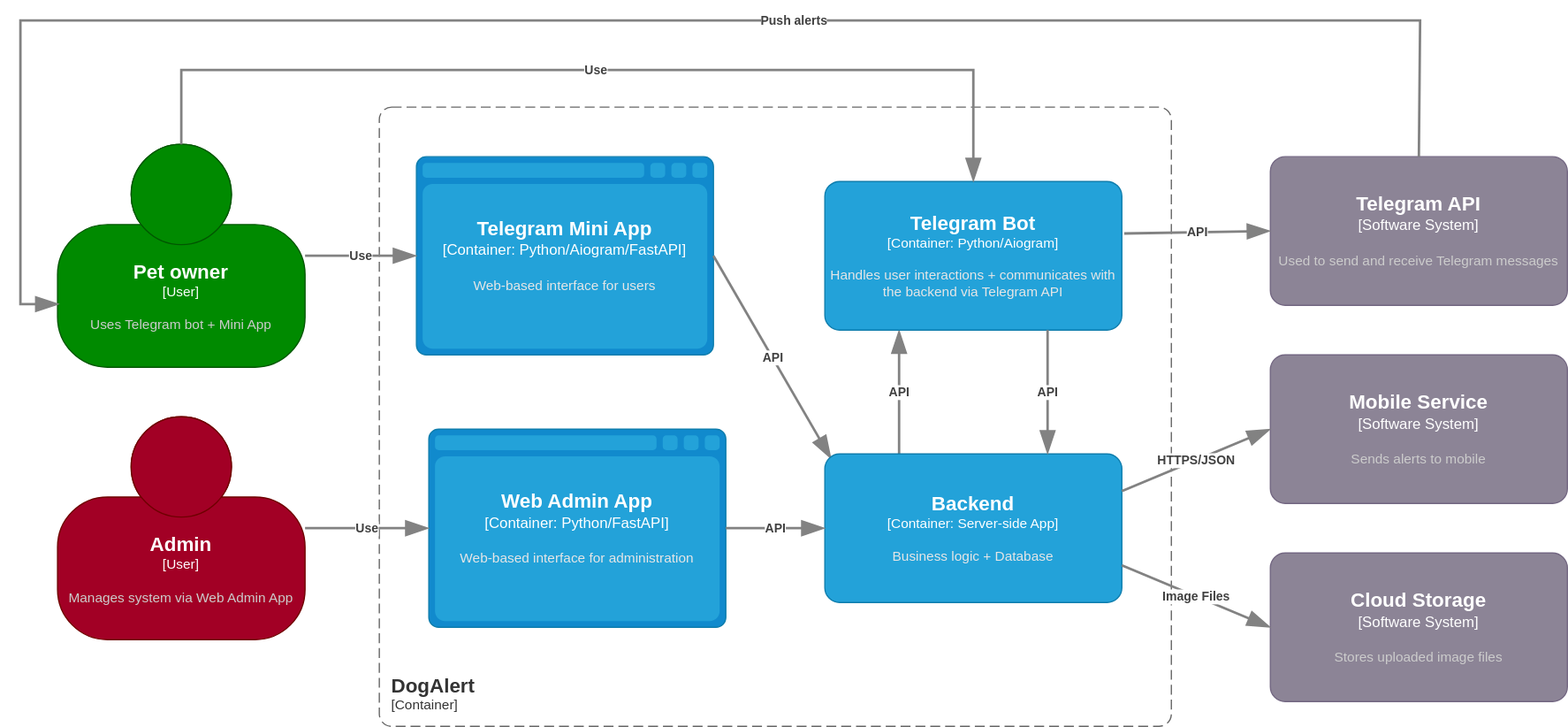
Above: docs/architecture/container_diagram.drawio.svg in artyombn/dogalert (draw.io), before the change. Source tidied: cells renumbered, new cells last; positions are measured from the earlier drawing's top-left corner, leaving out a move shared by most shapes.
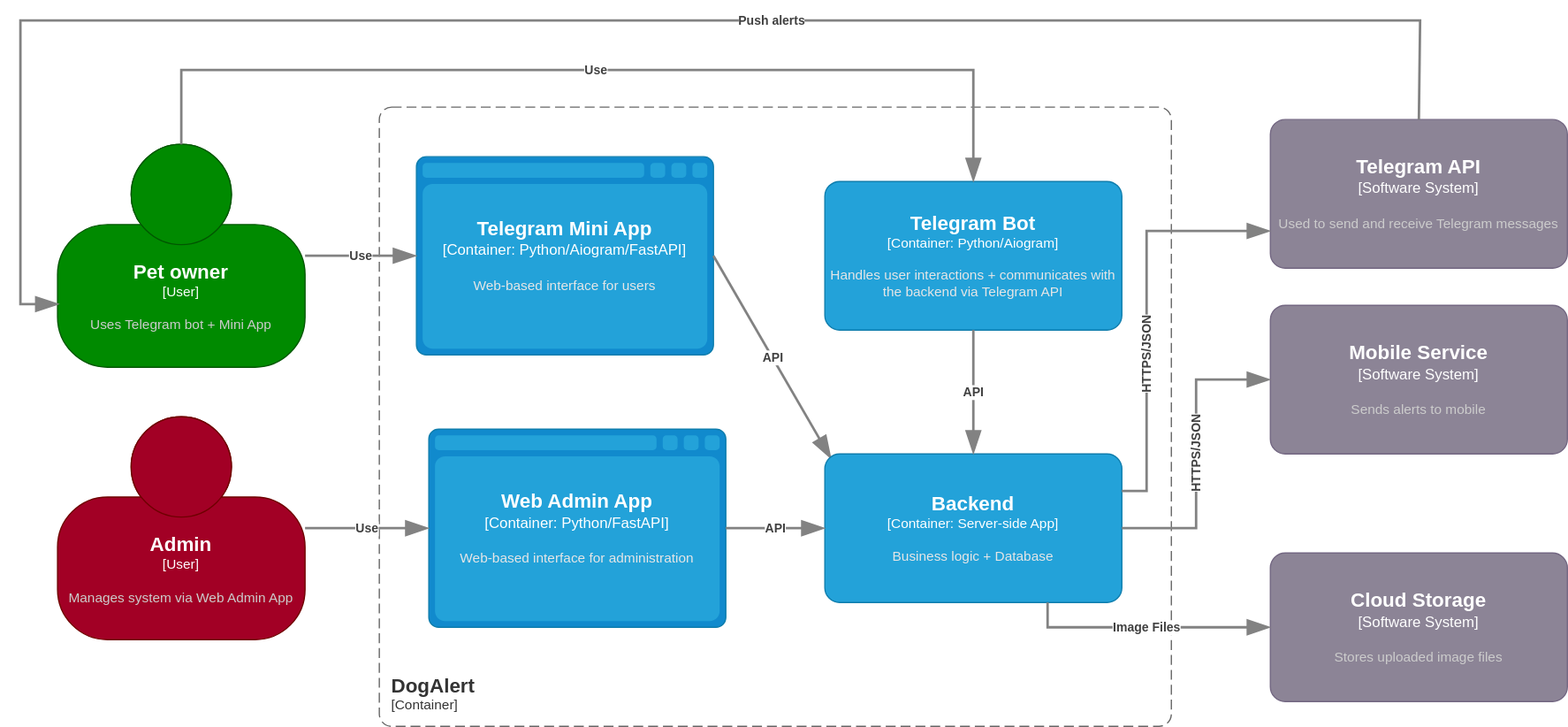
Above is the later version.

Commit message:
Upd container_diagram

What changed in the source:
```diff
@@ -32,14 +32,9 @@
         <mxGeometry relative="1" as="geometry" />
       </mxCell>
     </object>
-    <object id="8" label="&lt;div style=&quot;text-align: left&quot;&gt;&lt;div style=&quot;text-align: center&quot;&gt;&lt;b&gt;%c4Description%&lt;/b&gt;&lt;/div&gt;" c4Description="API" c4Type="Relationship" placeholders="1">
-      <mxCell style="endArrow=blockThin;html=1;fontSize=10;fontColor=#404040;strokeWidth=2;endFill=1;strokeColor=#828282;elbow=vertical;endSize=14;startSize=14;jumpStyle=arc;jumpSize=16;rounded=0;entryX=0.25;entryY=1;entryDx=0;entryDy=0;entryPerimeter=0;exitX=0.25;exitY=0;exitDx=0;exitDy=0;exitPerimeter=0;" parent="1" edge="1" source="11" target="16">
-        <mxGeometry relative="1" as="geometry" />
-      </mxCell>
-    </object>
     <object id="9" label="&lt;font style=&quot;font-size: 16px&quot;&gt;&lt;b&gt;%c4Name%&lt;/b&gt;&lt;/font&gt;&lt;div&gt;[%c4Type%]&lt;/div&gt;&lt;br&gt;&lt;div&gt;&lt;font style=&quot;font-size: 11px&quot;&gt;&lt;font color=&quot;#cccccc&quot;&gt;%c4Description%&lt;/font&gt;&lt;/div&gt;" c4Description="Sends alerts to mobile" c4Name="Mobile Service" c4Type="Software System" placeholders="1">
       <mxCell style="rounded=1;whiteSpace=wrap;html=1;labelBackgroundColor=none;fillColor=#8C8496;fontColor=#ffffff;align=center;arcSize=10;strokeColor=#736782;points=[[0.25,0,0],[0.5,0,0],[0.75,0,0],[1,0.25,0],[1,0.5,0],[1,0.75,0],[0.75,1,0],[0.5,1,0],[0.25,1,0],[0,0.75,0],[0,0.5,0],[0,0.25,0]];" parent="1" vertex="1">
-        <mxGeometry x="1010" y="270" width="240" height="120" as="geometry" />
+        <mxGeometry x="1010" y="230" width="240" height="120" as="geometry" />
       </mxCell>
     </object>
     <object id="10" label="&lt;font style=&quot;font-size: 16px&quot;&gt;&lt;b&gt;%c4Name%&lt;/b&gt;&lt;/font&gt;&lt;div&gt;[%c4Type%]&lt;/div&gt;&lt;br&gt;&lt;div&gt;&lt;font style=&quot;font-size: 11px&quot;&gt;&lt;font color=&quot;#cccccc&quot;&gt;%c4Description%&lt;/font&gt;&lt;/div&gt;" c4Description="Stores uploaded image files" c4Name="Cloud Storage" c4Type="Software System" placeholders="1">
@@ -53,13 +48,22 @@
       </mxCell>
     </object>
     <object id="12" label="&lt;div style=&quot;text-align: left&quot;&gt;&lt;div style=&quot;text-align: center&quot;&gt;&lt;b&gt;%c4Description%&lt;/b&gt;&lt;/div&gt;" c4Description="HTTPS/JSON" c4Type="Relationship" placeholders="1">
-      <mxCell style="endArrow=blockThin;html=1;fontSize=10;fontColor=#404040;strokeWidth=2;endFill=1;strokeColor=#828282;elbow=vertical;endSize=14;startSize=14;jumpStyle=arc;jumpSize=16;rounded=0;exitX=1;exitY=0.25;exitDx=0;exitDy=0;exitPerimeter=0;entryX=0;entryY=0.5;entryDx=0;entryDy=0;entryPerimeter=0;" parent="1" edge="1" source="11" target="9">
-        <mxGeometry relative="1" as="geometry" />
+      <mxCell style="endArrow=blockThin;html=1;fontSize=10;fontColor=#404040;strokeWidth=2;endFill=1;strokeColor=#828282;elbow=vertical;endSize=14;startSize=14;jumpStyle=arc;jumpSize=16;rounded=0;exitX=1;exitY=0.5;exitDx=0;exitDy=0;exitPerimeter=0;entryX=0;entryY=0.5;entryDx=0;entryDy=0;entryPerimeter=0;edgeStyle=orthogonalEdgeStyle;horizontal=0;" parent="1" edge="1" source="11" target="9">
+        <mxGeometry relative="1" as="geometry">
+          <Array as="points">
+            <mxPoint x="950" y="410" />
+            <mxPoint x="950" y="290" />
+          </Array>
+        </mxGeometry>
       </mxCell>
     </object>
     <object id="13" label="&lt;div style=&quot;text-align: left&quot;&gt;&lt;div style=&quot;text-align: center&quot;&gt;&lt;b&gt;%c4Description%&lt;/b&gt;&lt;/div&gt;" c4Description="Image Files" c4Type="Relationship" placeholders="1">
-      <mxCell style="endArrow=blockThin;html=1;fontSize=10;fontColor=#404040;strokeWidth=2;endFill=1;strokeColor=#828282;elbow=vertical;endSize=14;startSize=14;jumpStyle=arc;jumpSize=16;rounded=0;exitX=1;exitY=0.75;exitDx=0;exitDy=0;exitPerimeter=0;entryX=0;entryY=0.5;entryDx=0;entryDy=0;entryPerimeter=0;labelPosition=center;verticalLabelPosition=middle;align=center;verticalAlign=middle;" parent="1" edge="1" source="11" target="10">
-        <mxGeometry relative="1" as="geometry" />
+      <mxCell style="endArrow=blockThin;html=1;fontSize=10;fontColor=#404040;strokeWidth=2;endFill=1;strokeColor=#828282;elbow=vertical;endSize=14;startSize=14;jumpStyle=arc;jumpSize=16;rounded=0;exitX=0.75;exitY=1;exitDx=0;exitDy=0;exitPerimeter=0;entryX=0;entryY=0.5;entryDx=0;entryDy=0;entryPerimeter=0;labelPosition=center;verticalLabelPosition=middle;align=center;verticalAlign=middle;edgeStyle=orthogonalEdgeStyle;" parent="1" edge="1" source="11" target="10">
+        <mxGeometry relative="1" as="geometry">
+          <Array as="points">
+            <mxPoint x="830" y="490" />
+          </Array>
+        </mxGeometry>
       </mxCell>
     </object>
     <object id="14" label="&lt;div style=&quot;text-align: left&quot;&gt;&lt;div style=&quot;text-align: center&quot;&gt;&lt;b&gt;%c4Description%&lt;/b&gt;&lt;/div&gt;" c4Description="Use" c4Type="Relationship" placeholders="1">
@@ -79,7 +83,7 @@
     </object>
     <object id="17" label="&lt;font style=&quot;font-size: 16px&quot;&gt;&lt;b&gt;%c4Name%&lt;/b&gt;&lt;/font&gt;&lt;div&gt;[%c4Type%]&lt;/div&gt;&lt;br&gt;&lt;div&gt;&lt;font style=&quot;font-size: 11px&quot;&gt;&lt;font color=&quot;#cccccc&quot;&gt;%c4Description%&lt;/font&gt;&lt;/div&gt;" c4Description="Used to send and receive Telegram messages" c4Name="Telegram API" c4Type="Software System" placeholders="1">
       <mxCell style="rounded=1;whiteSpace=wrap;html=1;labelBackgroundColor=none;fillColor=#8C8496;fontColor=#ffffff;align=center;arcSize=10;strokeColor=#736782;points=[[0.25,0,0],[0.5,0,0],[0.75,0,0],[1,0.25,0],[1,0.5,0],[1,0.75,0],[0.75,1,0],[0.5,1,0],[0.25,1,0],[0,0.75,0],[0,0.5,0],[0,0.25,0]];" parent="1" vertex="1">
-        <mxGeometry x="1010" y="110" width="240" height="120" as="geometry" />
+        <mxGeometry x="1010" y="80" width="240" height="120" as="geometry" />
       </mxCell>
     </object>
     <object id="18" label="&lt;div style=&quot;text-align: left&quot;&gt;&lt;div style=&quot;text-align: center&quot;&gt;&lt;b&gt;%c4Description%&lt;/b&gt;&lt;/div&gt;" c4Description="Use" c4Type="Relationship" placeholders="1">
@@ -98,7 +102,7 @@
       </mxCell>
     </object>
     <object id="20" label="&lt;div style=&quot;text-align: left&quot;&gt;&lt;div style=&quot;text-align: center&quot;&gt;&lt;b&gt;%c4Description%&lt;/b&gt;&lt;/div&gt;" c4Description="API" c4Type="Relationship" placeholders="1">
-      <mxCell style="endArrow=blockThin;html=1;fontSize=10;fontColor=#404040;strokeWidth=2;endFill=1;strokeColor=#828282;elbow=vertical;endSize=14;startSize=14;jumpStyle=arc;jumpSize=16;rounded=0;entryX=0.75;entryY=0;entryDx=0;entryDy=0;entryPerimeter=0;exitX=0.75;exitY=1;exitDx=0;exitDy=0;exitPerimeter=0;" parent="1" edge="1" source="16" target="11">
+      <mxCell style="endArrow=blockThin;html=1;fontSize=10;fontColor=#404040;strokeWidth=2;endFill=1;strokeColor=#828282;elbow=vertical;endSize=14;startSize=14;jumpStyle=arc;jumpSize=16;rounded=0;entryX=0.5;entryY=0;entryDx=0;entryDy=0;entryPerimeter=0;exitX=0.5;exitY=1;exitDx=0;exitDy=0;exitPerimeter=0;" parent="1" edge="1" source="16" target="11">
         <mxGeometry relative="1" as="geometry" />
       </mxCell>
     </object>
@@ -115,10 +119,15 @@
         </mxGeometry>
       </mxCell>
     </object>
-    <object id="22" label="&lt;div style=&quot;text-align: left&quot;&gt;&lt;div style=&quot;text-align: center&quot;&gt;&lt;b&gt;%c4Description%&lt;/b&gt;&lt;/div&gt;" c4Description="API" c4Type="Relationship" placeholders="1">
-      <mxCell style="endArrow=blockThin;html=1;fontSize=10;fontColor=#404040;strokeWidth=2;endFill=1;strokeColor=#828282;elbow=vertical;endSize=14;startSize=14;jumpStyle=arc;jumpSize=16;rounded=0;entryX=0;entryY=0.5;entryDx=0;entryDy=0;entryPerimeter=0;exitX=1.008;exitY=0.35;exitDx=0;exitDy=0;exitPerimeter=0;" parent="1" edge="1" source="16" target="17">
-        <mxGeometry relative="1" as="geometry" />
-      </mxCell>
-    </object>
+    <object id="23" label="&lt;div style=&quot;text-align: left&quot;&gt;&lt;div style=&quot;text-align: center&quot;&gt;&lt;b&gt;%c4Description%&lt;/b&gt;&lt;/div&gt;" c4Description="HTTPS/JSON" c4Type="Relationship" placeholders="1">
+      <mxCell style="endArrow=blockThin;html=1;fontSize=10;fontColor=#404040;strokeWidth=2;endFill=1;strokeColor=#828282;elbow=vertical;endSize=14;startSize=14;jumpStyle=arc;jumpSize=16;rounded=0;exitX=1;exitY=0.25;exitDx=0;exitDy=0;exitPerimeter=0;entryX=0;entryY=0.75;entryDx=0;entryDy=0;entryPerimeter=0;edgeStyle=orthogonalEdgeStyle;horizontal=0;" parent="1" edge="1" source="11" target="17">
+        <mxGeometry x="-0.21" relative="1" as="geometry">
+          <Array as="points">
+            <mxPoint x="910" y="380" />
+            <mxPoint x="910" y="170" />
+          </Array>
+        </mxGeometry>
+      </mxCell>
+    </object>
   </root>
 </mxGraphModel>
```
